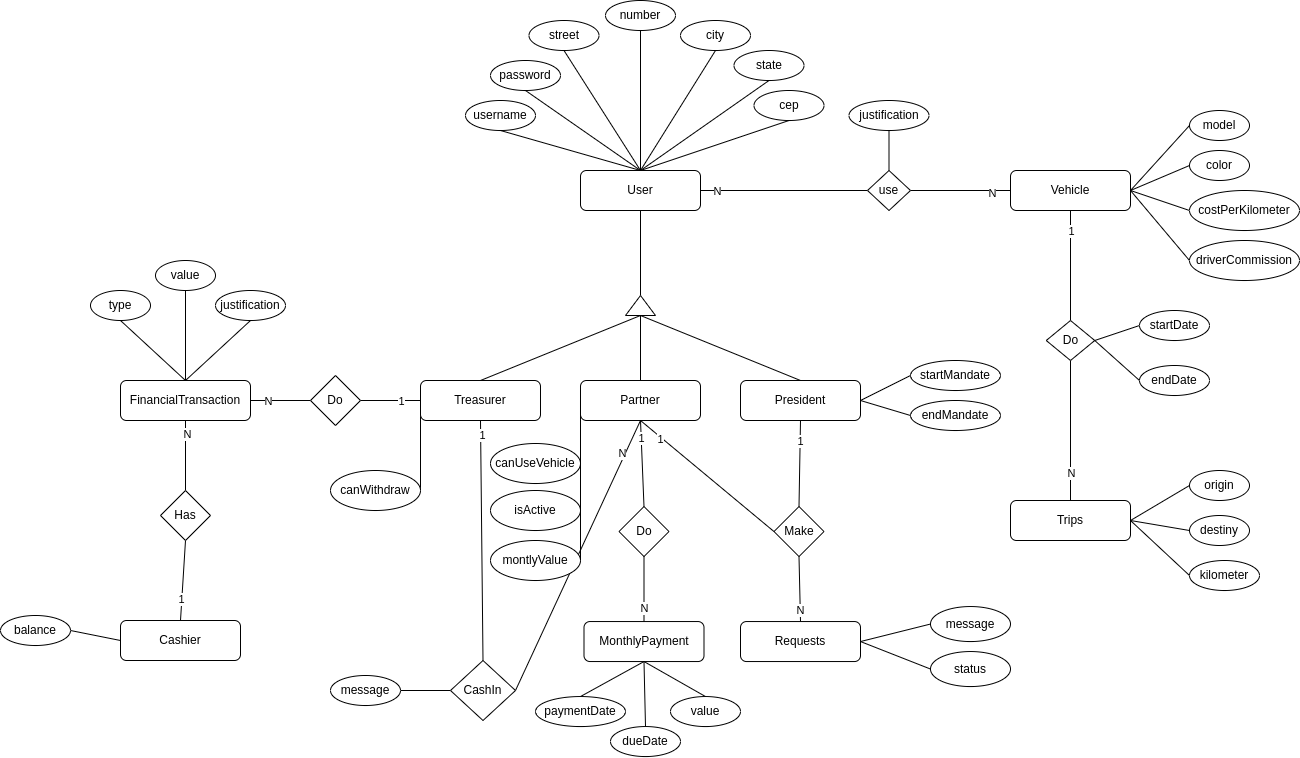
The draw.io diagram djangoProject.drawio.png in gabrielroot/orgManagment_django, before a commit. Source tidied: cells renumbered, new cells last; positions are measured from the earlier drawing's top-left corner, leaving out a move shared by most shapes.
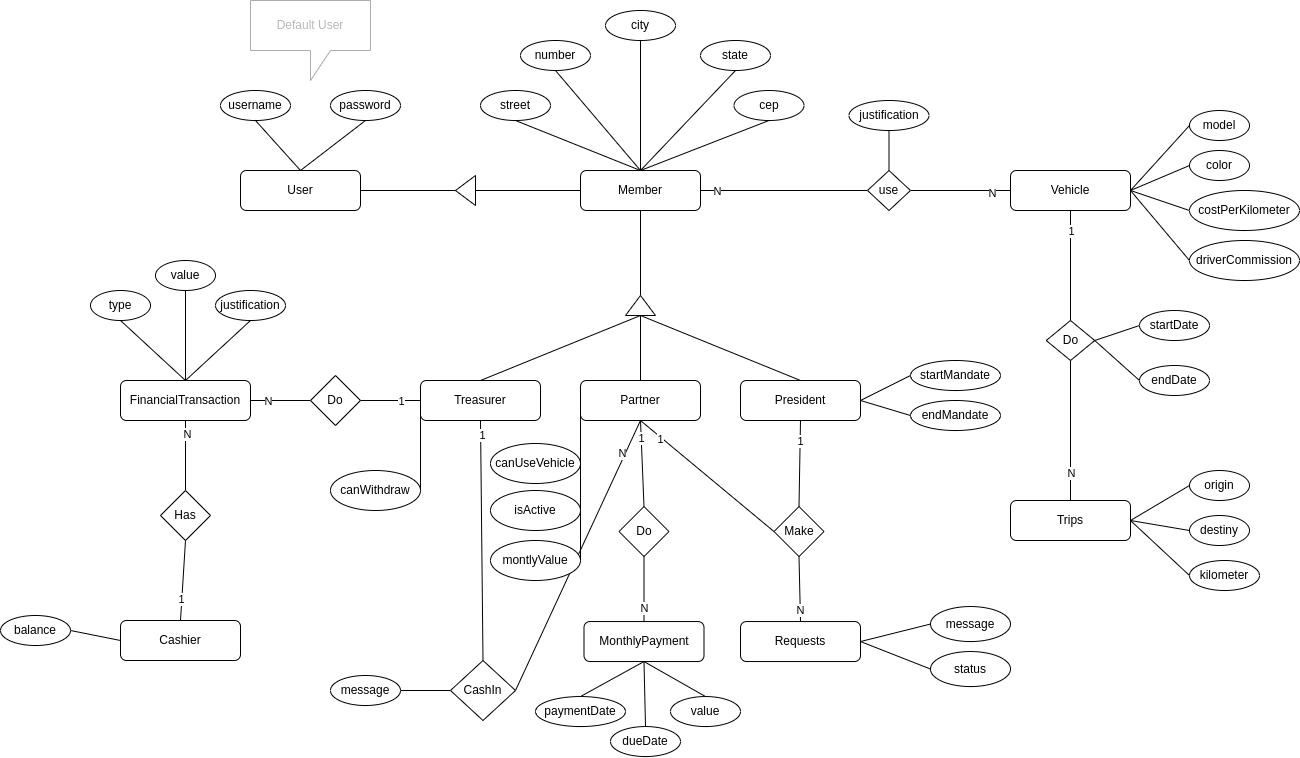
After the change.

Commit message:
update: Diagram - Conceptual Model

Diff of the diagram source:
```diff
@@ -71,7 +71,7 @@
     <mxCell id="24" style="edgeStyle=none;rounded=0;jettySize=auto;html=1;exitX=0.5;exitY=0;exitDx=0;exitDy=0;entryX=0.5;entryY=1;entryDx=0;entryDy=0;endArrow=none;endFill=0;" parent="1" edge="1" source="25" target="101">
       <mxGeometry relative="1" as="geometry" />
     </mxCell>
-    <mxCell id="25" value="User" style="rounded=1;whiteSpace=wrap;html=1;" parent="1" vertex="1">
+    <mxCell id="25" value="Member" style="rounded=1;whiteSpace=wrap;html=1;" parent="1" vertex="1">
       <mxGeometry x="580" y="170" width="120" height="40" as="geometry" />
     </mxCell>
     <mxCell id="26" style="edgeStyle=orthogonalEdgeStyle;rounded=0;jettySize=auto;html=1;exitX=1;exitY=0.5;exitDx=0;exitDy=0;entryX=0.5;entryY=1;entryDx=0;entryDy=0;endArrow=none;endFill=0;" parent="1" edge="1" source="28" target="25">
@@ -287,38 +287,26 @@
     <mxCell id="94" value="status" style="ellipse;whiteSpace=wrap;html=1;" parent="1" vertex="1">
       <mxGeometry x="930" y="651" width="80" height="35" as="geometry" />
     </mxCell>
-    <mxCell id="95" style="edgeStyle=none;rounded=0;jettySize=auto;html=1;exitX=0.5;exitY=1;exitDx=0;exitDy=0;entryX=0.5;entryY=0;entryDx=0;entryDy=0;endArrow=none;endFill=0;" parent="1" edge="1" source="96" target="25">
-      <mxGeometry relative="1" as="geometry" />
-    </mxCell>
-    <mxCell id="96" value="username" style="ellipse;whiteSpace=wrap;html=1;" parent="1" vertex="1">
-      <mxGeometry x="465" y="100" width="70" height="30" as="geometry" />
-    </mxCell>
-    <mxCell id="97" style="edgeStyle=none;rounded=0;jettySize=auto;html=1;exitX=0.5;exitY=1;exitDx=0;exitDy=0;entryX=0.5;entryY=0;entryDx=0;entryDy=0;endArrow=none;endFill=0;" parent="1" edge="1" source="98" target="25">
-      <mxGeometry relative="1" as="geometry" />
-    </mxCell>
-    <mxCell id="98" value="password" style="ellipse;whiteSpace=wrap;html=1;" parent="1" vertex="1">
-      <mxGeometry x="490" y="60" width="70" height="30" as="geometry" />
-    </mxCell>
     <mxCell id="99" value="street" style="ellipse;whiteSpace=wrap;html=1;" parent="1" vertex="1">
-      <mxGeometry x="528.5" y="20" width="70" height="30" as="geometry" />
+      <mxGeometry x="480" y="90" width="70" height="30" as="geometry" />
     </mxCell>
     <mxCell id="100" value="number" style="ellipse;whiteSpace=wrap;html=1;" parent="1" vertex="1">
-      <mxGeometry x="605" width="70" height="30" as="geometry" />
+      <mxGeometry x="520" y="40" width="70" height="30" as="geometry" />
     </mxCell>
     <mxCell id="101" value="city" style="ellipse;whiteSpace=wrap;html=1;" parent="1" vertex="1">
-      <mxGeometry x="680" y="20" width="70" height="30" as="geometry" />
+      <mxGeometry x="605" y="10" width="70" height="30" as="geometry" />
     </mxCell>
     <mxCell id="102" style="edgeStyle=none;rounded=0;jettySize=auto;html=1;exitX=0.5;exitY=1;exitDx=0;exitDy=0;entryX=0.5;entryY=0;entryDx=0;entryDy=0;endArrow=none;endFill=0;" parent="1" edge="1" source="103" target="25">
       <mxGeometry relative="1" as="geometry" />
     </mxCell>
     <mxCell id="103" value="state" style="ellipse;whiteSpace=wrap;html=1;" parent="1" vertex="1">
-      <mxGeometry x="733.5" y="50" width="70" height="30" as="geometry" />
+      <mxGeometry x="700" y="40" width="70" height="30" as="geometry" />
     </mxCell>
     <mxCell id="104" style="edgeStyle=none;rounded=0;jettySize=auto;html=1;exitX=0.5;exitY=1;exitDx=0;exitDy=0;entryX=0.5;entryY=0;entryDx=0;entryDy=0;endArrow=none;endFill=0;" parent="1" edge="1" source="105" target="25">
       <mxGeometry relative="1" as="geometry" />
     </mxCell>
     <mxCell id="105" value="cep" style="ellipse;whiteSpace=wrap;html=1;" parent="1" vertex="1">
-      <mxGeometry x="753.5" y="90" width="70" height="30" as="geometry" />
+      <mxGeometry x="733.5" y="90" width="70" height="30" as="geometry" />
     </mxCell>
     <mxCell id="106" style="edgeStyle=none;rounded=0;jettySize=auto;html=1;exitX=1;exitY=0.5;exitDx=0;exitDy=0;entryX=0;entryY=0.5;entryDx=0;entryDy=0;endArrow=none;endFill=0;" parent="1" edge="1" source="107" target="11">
       <mxGeometry relative="1" as="geometry" />
@@ -362,5 +350,32 @@
     <mxCell id="119" style="edgeStyle=none;rounded=0;jettySize=auto;html=1;entryX=0;entryY=0.5;entryDx=0;entryDy=0;endArrow=none;endFill=0;exitX=1;exitY=0.5;exitDx=0;exitDy=0;" parent="1" edge="1" source="118" target="11">
       <mxGeometry relative="1" as="geometry" />
     </mxCell>
+    <mxCell id="120" value="User" style="rounded=1;whiteSpace=wrap;html=1;" parent="1" vertex="1">
+      <mxGeometry x="240" y="170" width="120" height="40" as="geometry" />
+    </mxCell>
+    <mxCell id="121" style="triangle;whiteSpace=wrap;html=1;rotation=90;direction=south;" parent="1" vertex="1">
+      <mxGeometry x="450" y="180" width="30" height="20" as="geometry" />
+    </mxCell>
+    <mxCell id="122" style="rounded=0;jettySize=auto;html=1;entryX=1;entryY=0.5;entryDx=0;entryDy=0;endArrow=none;endFill=0;exitX=1;exitY=0.5;exitDx=0;exitDy=0;" parent="1" edge="1" source="121" target="120">
+      <mxGeometry relative="1" as="geometry" />
+    </mxCell>
+    <mxCell id="123" style="rounded=0;jettySize=auto;html=1;entryX=0;entryY=0.5;entryDx=0;entryDy=0;endArrow=none;endFill=0;exitX=0;exitY=0.5;exitDx=0;exitDy=0;" parent="1" edge="1" source="25" target="121">
+      <mxGeometry relative="1" as="geometry" />
+    </mxCell>
+    <mxCell id="96" value="username" style="ellipse;whiteSpace=wrap;html=1;" parent="1" vertex="1">
+      <mxGeometry x="220" y="90" width="70" height="30" as="geometry" />
+    </mxCell>
+    <mxCell id="124" style="rounded=0;jettySize=auto;html=1;entryX=0.5;entryY=1;entryDx=0;entryDy=0;endArrow=none;endFill=0;exitX=0.5;exitY=0;exitDx=0;exitDy=0;" parent="1" edge="1" source="120" target="96">
+      <mxGeometry relative="1" as="geometry" />
+    </mxCell>
+    <mxCell id="98" value="password" style="ellipse;whiteSpace=wrap;html=1;" parent="1" vertex="1">
+      <mxGeometry x="330" y="90" width="70" height="30" as="geometry" />
+    </mxCell>
+    <mxCell id="125" style="rounded=0;jettySize=auto;html=1;entryX=0.5;entryY=1;entryDx=0;entryDy=0;endArrow=none;endFill=0;exitX=0.5;exitY=0;exitDx=0;exitDy=0;" parent="1" edge="1" source="120" target="98">
+      <mxGeometry relative="1" as="geometry" />
+    </mxCell>
+    <mxCell id="126" value="&lt;font color=&quot;#b8b8b8&quot;&gt;Default User&lt;/font&gt;" style="shape=callout;whiteSpace=wrap;html=1;perimeter=calloutPerimeter;strokeColor=#ABABAB;" parent="1" vertex="1">
+      <mxGeometry x="250" width="120" height="80" as="geometry" />
+    </mxCell>
   </root>
 </mxGraphModel>
```
